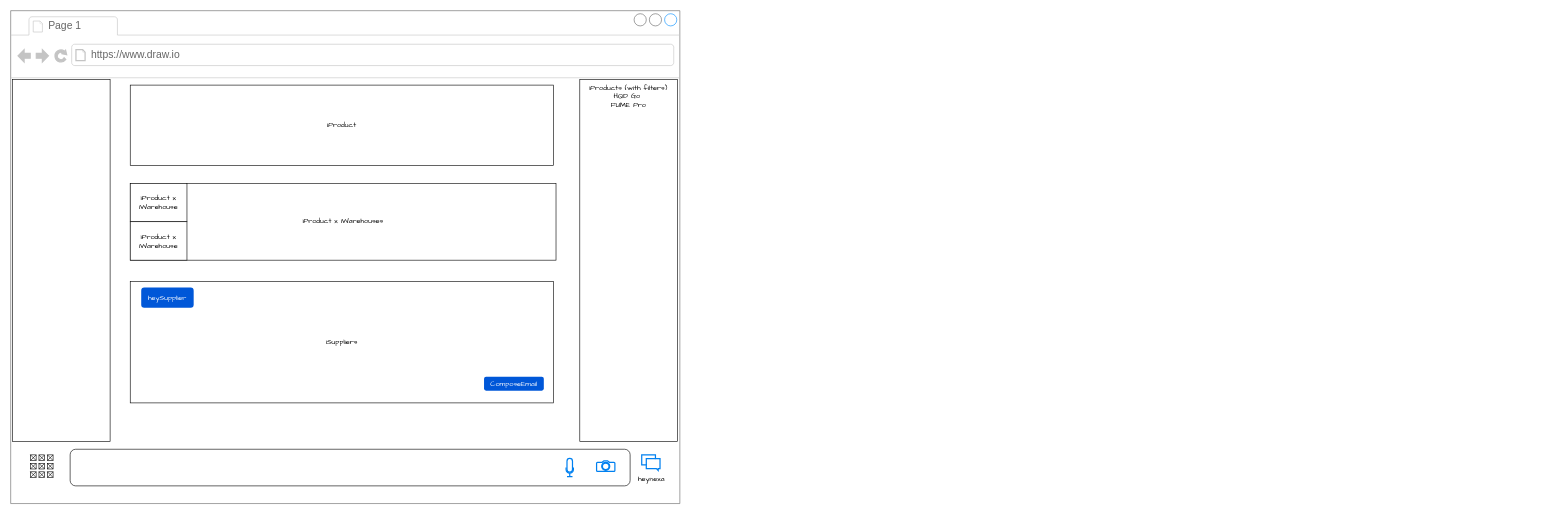
nepagroup/agents keeps this draw.io diagram as page "mockups" (2 of 3) of docs/aiagents.drawio. Above is the earlier version. Source tidied: cells renumbered, new cells numbered last; positions are measured from the earlier drawing's top-left corner, leaving out a move shared by most shapes. Both pictures are drawn from the tidied source at 61%, with x=0, y=0 at pixel (10, 10).
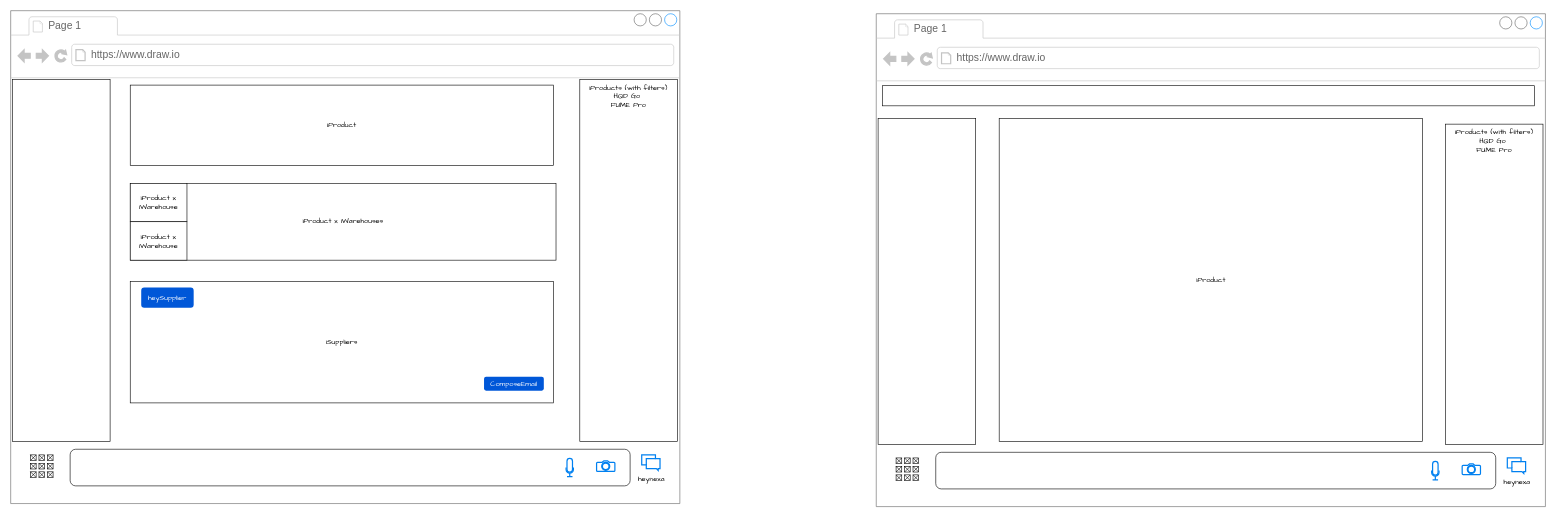
Above is the later version.

Diff of the diagram source:
```diff
@@
+    <mxCell id="19" style="strokeWidth=1;shadow=0;dashed=0;align=center;html=1;shape=mxgraph.mockup.containers.browserWindow;rSize=0;strokeColor=#666666;strokeColor2=#008cff;strokeColor3=#c4c4c4;mainText=,;verticalAlign=top;" parent="1" vertex="1">
+      <mxGeometry x="1419" y="5" width="1097" height="808" as="geometry" />
+    </mxCell>
+    <mxCell id="20" value="Page 1" style="strokeWidth=1;shadow=0;dashed=0;align=center;html=1;shape=mxgraph.mockup.containers.anchor;fontSize=17;fontColor=#666666;align=left;whiteSpace=wrap;" parent="19" vertex="1">
+      <mxGeometry x="60" y="12" width="110" height="26" as="geometry" />
+    </mxCell>
+    <mxCell id="21" value="https://www.draw.io" style="strokeWidth=1;shadow=0;dashed=0;align=center;html=1;shape=mxgraph.mockup.containers.anchor;rSize=0;fontSize=17;fontColor=#666666;align=left;" parent="19" vertex="1">
+      <mxGeometry x="130" y="60" width="250" height="26" as="geometry" />
+    </mxCell>
+    <mxCell id="22" style="rounded=1;whiteSpace=wrap;html=1;fontFamily=Architects Daughter;" parent="19" vertex="1">
+      <mxGeometry x="97.5" y="719" width="918" height="60" as="geometry" />
+    </mxCell>
+    <mxCell id="23" style="html=1;verticalLabelPosition=bottom;align=center;labelBackgroundColor=#ffffff;verticalAlign=top;strokeWidth=2;strokeColor=#0080F0;shadow=0;dashed=0;shape=mxgraph.ios7.icons.microphone;fontFamily=Architects Daughter;" parent="19" vertex="1">
+      <mxGeometry x="910.5" y="734" width="12" height="30" as="geometry" />
+    </mxCell>
+    <mxCell id="24" style="html=1;verticalLabelPosition=bottom;align=center;labelBackgroundColor=#ffffff;verticalAlign=top;strokeWidth=2;strokeColor=#0080F0;shadow=0;dashed=0;shape=mxgraph.ios7.icons.camera;fontFamily=Architects Daughter;" parent="19" vertex="1">
+      <mxGeometry x="960.5" y="738" width="30" height="17.4" as="geometry" />
+    </mxCell>
+    <mxCell id="25" value="heynexa" style="html=1;verticalLabelPosition=bottom;align=center;labelBackgroundColor=#ffffff;verticalAlign=top;strokeWidth=2;strokeColor=#0080F0;shadow=0;dashed=0;shape=mxgraph.ios7.icons.messages;fontFamily=Architects Daughter;" parent="19" vertex="1">
+      <mxGeometry x="1034.5" y="728.2" width="30" height="25.5" as="geometry" />
+    </mxCell>
+    <mxCell id="26" style="verticalLabelPosition=bottom;verticalAlign=top;html=1;shadow=0;dashed=0;strokeWidth=1;shape=mxgraph.ios.iIconGrid;gridSize=3,3;fontFamily=Architects Daughter;" parent="19" vertex="1">
+      <mxGeometry x="32.5" y="728.2" width="37" height="37" as="geometry" />
+    </mxCell>
+    <mxCell id="27" style="rounded=0;whiteSpace=wrap;html=1;fontFamily=Architects Daughter;" parent="19" vertex="1">
+      <mxGeometry x="3" y="172" width="160" height="534" as="geometry" />
+    </mxCell>
+    <mxCell id="28" value="&lt;div&gt;&lt;font style=&quot;color: light-dark(rgb(0, 0, 0), rgb(255, 102, 102));&quot;&gt;iProducts (with filters)&lt;/font&gt;&lt;/div&gt;&lt;font style=&quot;color: light-dark(rgb(0, 0, 0), rgb(255, 102, 102));&quot;&gt;HQD Go&amp;nbsp;&lt;/font&gt;&lt;div&gt;FUME Pro&lt;/div&gt;" style="rounded=0;whiteSpace=wrap;html=1;fontFamily=Architects Daughter;verticalAlign=top;" parent="19" vertex="1">
+      <mxGeometry x="933" y="181" width="160" height="525" as="geometry" />
+    </mxCell>
+    <mxCell id="29" value="iProduct" style="rounded=0;whiteSpace=wrap;html=1;fontFamily=Architects Daughter;" parent="19" vertex="1">
+      <mxGeometry x="201.5" y="172" width="694" height="529" as="geometry" />
+    </mxCell>
+    <mxCell id="30" style="rounded=0;whiteSpace=wrap;html=1;fontFamily=Architects Daughter;" parent="19" vertex="1">
+      <mxGeometry x="10" y="118" width="1069" height="33" as="geometry" />
+    </mxCell>
```
